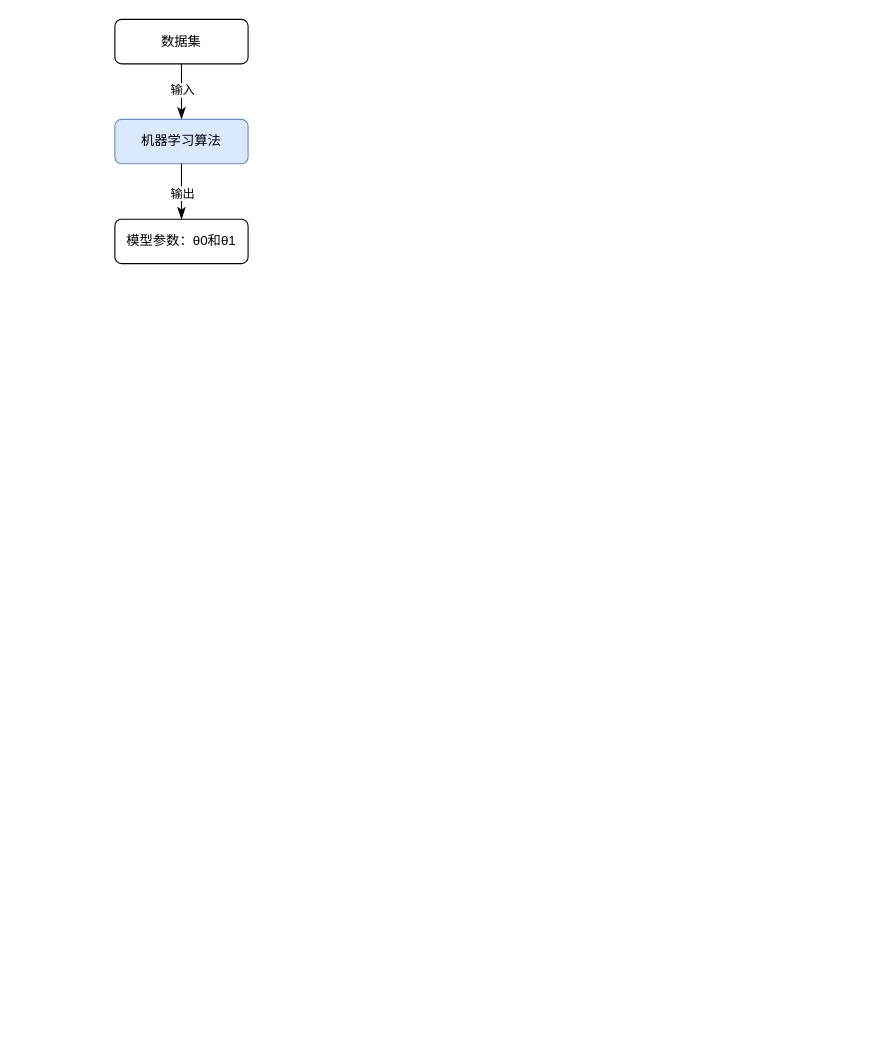
Earlier version of the draw.io diagram ML.drawio (chenbei1989/draw). Source tidied: cells renumbered, new cells numbered last; positions are measured from the earlier drawing's top-left corner, leaving out a move shared by most shapes. Both pictures are drawn from the tidied source at 111%, with x=0, y=0 at pixel (114, 19).
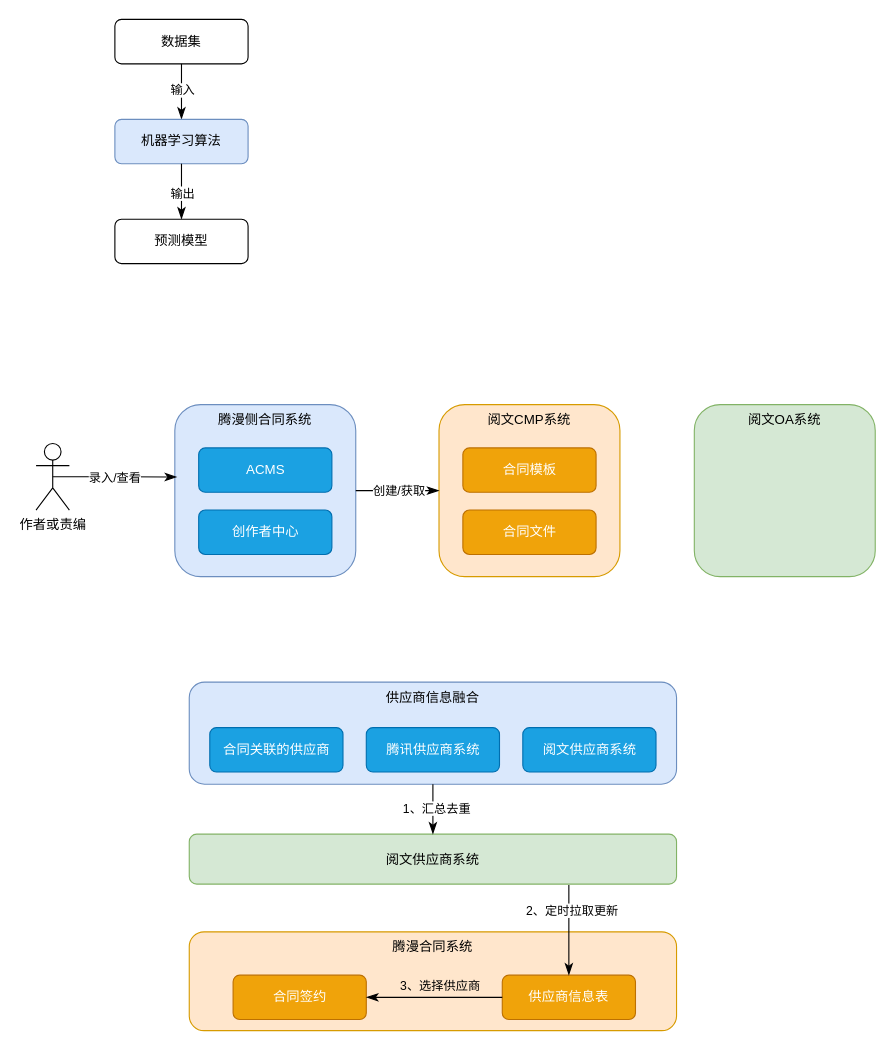
The same diagram, later.

Diff of the diagram source:
```diff
@@
-    <mxCell id="8" value="模型参数：θ0和θ1" style="rounded=1;whiteSpace=wrap;html=1;fontSize=12;glass=0;strokeWidth=1;shadow=0;" parent="1" vertex="1">
+    <mxCell id="8" value="预测模型" style="rounded=1;whiteSpace=wrap;html=1;fontSize=12;glass=0;strokeWidth=1;shadow=0;" parent="1" vertex="1">
       <mxGeometry y="180" width="120" height="40" as="geometry" />
     </mxCell>
+    <mxCell id="9" value="作者或责编" style="shape=umlActor;verticalLabelPosition=bottom;verticalAlign=top;html=1;outlineConnect=0;" parent="1" vertex="1">
+      <mxGeometry x="-71" y="382" width="30" height="60" as="geometry" />
+    </mxCell>
+    <mxCell id="10" value="腾漫侧合同系统" style="rounded=1;whiteSpace=wrap;html=1;fontSize=12;glass=0;strokeWidth=1;shadow=0;fillColor=#dae8fc;strokeColor=#6c8ebf;verticalAlign=top;" parent="1" vertex="1">
+      <mxGeometry x="54" y="347" width="163" height="155" as="geometry" />
+    </mxCell>
+    <mxCell id="11" value="ACMS" style="rounded=1;whiteSpace=wrap;html=1;fontSize=12;glass=0;strokeWidth=1;shadow=0;fillColor=#1ba1e2;strokeColor=#006EAF;fontColor=#ffffff;" parent="1" vertex="1">
+      <mxGeometry x="75.5" y="386" width="120" height="40" as="geometry" />
+    </mxCell>
+    <mxCell id="12" value="创作者中心" style="rounded=1;whiteSpace=wrap;html=1;fontSize=12;glass=0;strokeWidth=1;shadow=0;fillColor=#1ba1e2;strokeColor=#006EAF;fontColor=#ffffff;" parent="1" vertex="1">
+      <mxGeometry x="75.5" y="442" width="120" height="40" as="geometry" />
+    </mxCell>
+    <mxCell id="13" style="rounded=0;html=1;jettySize=auto;fontSize=11;endArrow=classicThin;endFill=1;endSize=8;strokeWidth=1;shadow=0;labelBackgroundColor=none;edgeStyle=orthogonalEdgeStyle;exitX=0.5;exitY=0.5;exitDx=0;exitDy=0;exitPerimeter=0;entryX=0.011;entryY=0.421;entryDx=0;entryDy=0;entryPerimeter=0;" parent="1" edge="1" source="9" target="10">
+      <mxGeometry y="20" relative="1" as="geometry" />
+    </mxCell>
+    <mxCell id="14" value="录入/查看" style="edgeLabel;html=1;align=center;verticalAlign=middle;" parent="13" vertex="1">
+      <mxGeometry x="-0.08" relative="1" as="geometry">
+        <mxPoint x="3" as="offset" />
+      </mxGeometry>
+    </mxCell>
+    <mxCell id="15" value="阅文CMP系统" style="rounded=1;whiteSpace=wrap;html=1;fontSize=12;glass=0;strokeWidth=1;shadow=0;fillColor=#ffe6cc;strokeColor=#d79b00;verticalAlign=top;" parent="1" vertex="1">
+      <mxGeometry x="292" y="347" width="163" height="155" as="geometry" />
+    </mxCell>
+    <mxCell id="16" style="rounded=0;html=1;jettySize=auto;fontSize=11;endArrow=classicThin;endFill=1;endSize=8;strokeWidth=1;shadow=0;labelBackgroundColor=none;edgeStyle=orthogonalEdgeStyle;" parent="1" edge="1" source="10" target="15">
+      <mxGeometry y="20" relative="1" as="geometry" />
+    </mxCell>
+    <mxCell id="17" value="创建/获取" style="edgeLabel;html=1;align=center;verticalAlign=middle;" parent="16" vertex="1">
+      <mxGeometry x="-0.08" relative="1" as="geometry">
+        <mxPoint x="3" as="offset" />
+      </mxGeometry>
+    </mxCell>
+    <mxCell id="18" value="合同模板" style="rounded=1;whiteSpace=wrap;html=1;fontSize=12;glass=0;strokeWidth=1;shadow=0;fillColor=#f0a30a;strokeColor=#BD7000;fontColor=#FFFFFF;" parent="1" vertex="1">
+      <mxGeometry x="313.5" y="386" width="120" height="40" as="geometry" />
+    </mxCell>
+    <mxCell id="19" value="合同文件" style="rounded=1;whiteSpace=wrap;html=1;fontSize=12;glass=0;strokeWidth=1;shadow=0;fillColor=#f0a30a;strokeColor=#BD7000;fontColor=#FFFFFF;" parent="1" vertex="1">
+      <mxGeometry x="313.5" y="442" width="120" height="40" as="geometry" />
+    </mxCell>
+    <mxCell id="20" value="阅文OA系统" style="rounded=1;whiteSpace=wrap;html=1;fontSize=12;glass=0;strokeWidth=1;shadow=0;fillColor=#d5e8d4;strokeColor=#82b366;verticalAlign=top;" parent="1" vertex="1">
+      <mxGeometry x="522" y="347" width="163" height="155" as="geometry" />
+    </mxCell>
+    <mxCell id="21" value="供应商信息融合" style="rounded=1;whiteSpace=wrap;html=1;fontSize=12;glass=0;strokeWidth=1;shadow=0;fillColor=#dae8fc;strokeColor=#6c8ebf;verticalAlign=top;" parent="1" vertex="1">
+      <mxGeometry x="67" y="597" width="439" height="92" as="geometry" />
+    </mxCell>
+    <mxCell id="22" value="合同关联的供应商" style="rounded=1;whiteSpace=wrap;html=1;fontSize=12;glass=0;strokeWidth=1;shadow=0;fillColor=#1ba1e2;strokeColor=#006EAF;fontColor=#ffffff;" parent="1" vertex="1">
+      <mxGeometry x="85.5" y="638" width="120" height="40" as="geometry" />
+    </mxCell>
+    <mxCell id="23" value="腾讯供应商系统" style="rounded=1;whiteSpace=wrap;html=1;fontSize=12;glass=0;strokeWidth=1;shadow=0;fillColor=#1ba1e2;strokeColor=#006EAF;fontColor=#ffffff;" parent="1" vertex="1">
+      <mxGeometry x="226.5" y="638" width="120" height="40" as="geometry" />
+    </mxCell>
+    <mxCell id="24" value="阅文供应商系统" style="rounded=1;whiteSpace=wrap;html=1;fontSize=12;glass=0;strokeWidth=1;shadow=0;fillColor=#1ba1e2;strokeColor=#006EAF;fontColor=#ffffff;" parent="1" vertex="1">
+      <mxGeometry x="367.5" y="638" width="120" height="40" as="geometry" />
+    </mxCell>
+    <mxCell id="25" value="阅文供应商系统" style="rounded=1;whiteSpace=wrap;html=1;fontSize=12;glass=0;strokeWidth=1;shadow=0;fillColor=#d5e8d4;strokeColor=#82b366;verticalAlign=middle;" parent="1" vertex="1">
+      <mxGeometry x="67" y="734" width="439" height="45" as="geometry" />
+    </mxCell>
+    <mxCell id="26" style="rounded=0;html=1;jettySize=auto;fontSize=11;endArrow=classicThin;endFill=1;endSize=8;strokeWidth=1;shadow=0;labelBackgroundColor=none;edgeStyle=orthogonalEdgeStyle;exitX=0.5;exitY=1;exitDx=0;exitDy=0;" parent="1" edge="1" source="21" target="25">
+      <mxGeometry y="20" relative="1" as="geometry" />
+    </mxCell>
+    <mxCell id="27" value="1、汇总去重" style="edgeLabel;html=1;align=center;verticalAlign=middle;" parent="26" vertex="1">
+      <mxGeometry x="-0.08" relative="1" as="geometry">
+        <mxPoint x="3" as="offset" />
+      </mxGeometry>
+    </mxCell>
+    <mxCell id="28" value="腾漫合同系统" style="rounded=1;whiteSpace=wrap;html=1;fontSize=12;glass=0;strokeWidth=1;shadow=0;fillColor=#ffe6cc;strokeColor=#d79b00;verticalAlign=top;" parent="1" vertex="1">
+      <mxGeometry x="67" y="822" width="439" height="89" as="geometry" />
+    </mxCell>
+    <mxCell id="29" value="供应商信息表" style="rounded=1;whiteSpace=wrap;html=1;fontSize=12;glass=0;strokeWidth=1;shadow=0;fillColor=#f0a30a;strokeColor=#BD7000;fontColor=#FFFFFF;" parent="1" vertex="1">
+      <mxGeometry x="349" y="861" width="120" height="40" as="geometry" />
+    </mxCell>
+    <mxCell id="30" style="rounded=0;html=1;jettySize=auto;fontSize=11;endArrow=classicThin;endFill=1;endSize=8;strokeWidth=1;shadow=0;labelBackgroundColor=none;edgeStyle=orthogonalEdgeStyle;exitX=0.779;exitY=1.019;exitDx=0;exitDy=0;exitPerimeter=0;" parent="1" edge="1" source="25" target="29">
+      <mxGeometry y="20" relative="1" as="geometry" />
+    </mxCell>
+    <mxCell id="31" value="2、定时拉取更新" style="edgeLabel;html=1;align=center;verticalAlign=middle;" parent="30" vertex="1">
+      <mxGeometry x="-0.08" relative="1" as="geometry">
+        <mxPoint x="3" y="-14" as="offset" />
+      </mxGeometry>
+    </mxCell>
+    <mxCell id="32" value="合同签约" style="rounded=1;whiteSpace=wrap;html=1;fontSize=12;glass=0;strokeWidth=1;shadow=0;fillColor=#f0a30a;strokeColor=#BD7000;fontColor=#FFFFFF;" parent="1" vertex="1">
+      <mxGeometry x="106.5" y="861" width="120" height="40" as="geometry" />
+    </mxCell>
+    <mxCell id="33" style="rounded=0;html=1;jettySize=auto;fontSize=11;endArrow=classicThin;endFill=1;endSize=8;strokeWidth=1;shadow=0;labelBackgroundColor=none;edgeStyle=orthogonalEdgeStyle;" parent="1" edge="1" source="29" target="32">
+      <mxGeometry y="20" relative="1" as="geometry" />
+    </mxCell>
+    <mxCell id="34" value="3、选择供应商" style="edgeLabel;html=1;align=center;verticalAlign=middle;labelBackgroundColor=none;" parent="33" vertex="1">
+      <mxGeometry x="-0.08" relative="1" as="geometry">
+        <mxPoint x="-1" y="-11" as="offset" />
+      </mxGeometry>
+    </mxCell>
```
